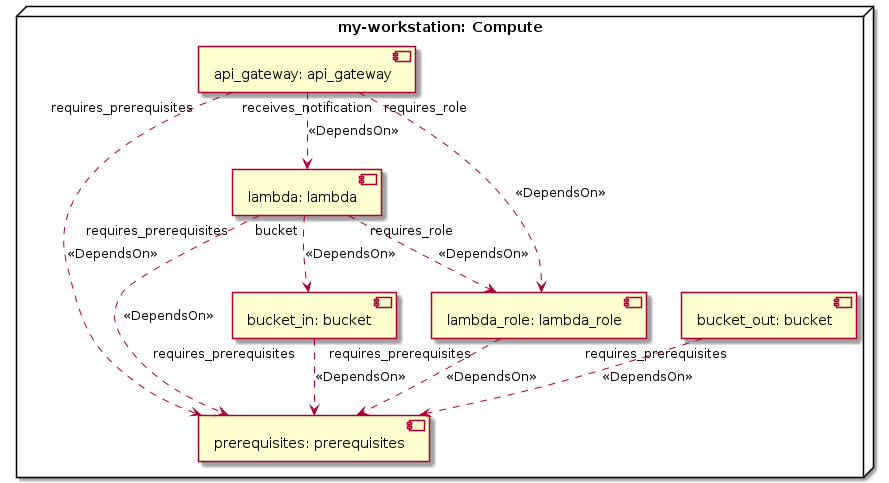
Above: diagrams/cloud-aws-thumbnail-generator-with-api-gateway-service-uml2-deployment-diagram.png in xlab-si/xopera-examples (PlantUML), before the change. The source it was exported from:
```plantuml
@startuml
skinparam componentStyle uml2

node "my-workstation: Compute" as node_my_workstation {
component "prerequisites: prerequisites" as node_prerequisites
component "lambda_role: lambda_role" as node_lambda_role
component "lambda: lambda" as node_lambda
component "bucket_in: bucket" as node_bucket_in
component "bucket_out: bucket" as node_bucket_out
component "api_gateway: api_gateway" as node_api_gateway
}
node_lambda_role "requires_prerequisites" ..> node_prerequisites : <<DependsOn>>
node_lambda "requires_prerequisites" ..> node_prerequisites : <<DependsOn>>
node_lambda "requires_role" ..> node_lambda_role : <<DependsOn>>
node_lambda "bucket" ..> node_bucket_in : <<DependsOn>>
node_bucket_in "requires_prerequisites" ..> node_prerequisites : <<DependsOn>>
node_bucket_out "requires_prerequisites" ..> node_prerequisites : <<DependsOn>>
node_api_gateway "requires_prerequisites" ..> node_prerequisites : <<DependsOn>>
node_api_gateway "requires_role" ..> node_lambda_role : <<DependsOn>>
node_api_gateway "receives_notification" ..> node_lambda : <<DependsOn>>
@enduml
```
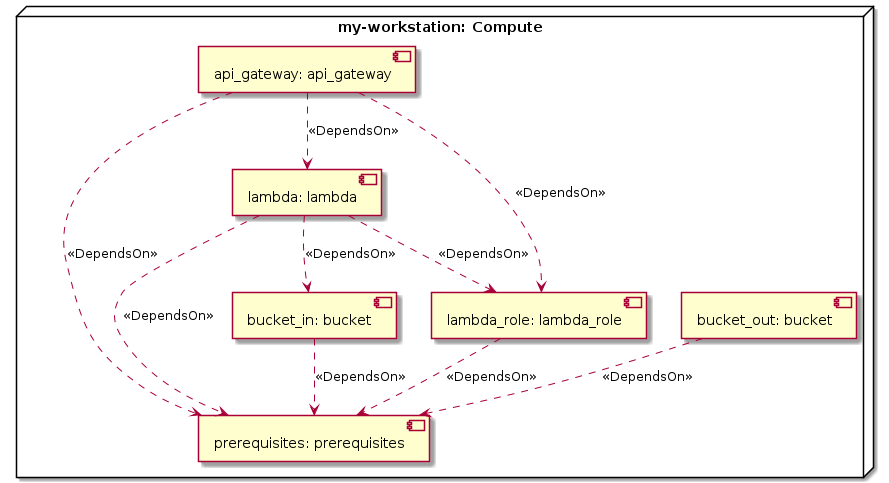
Above is the later version.

The edit, as a diff of the source:
```diff
@@ -9,13 +9,13 @@
 component "bucket_out: bucket" as node_bucket_out
 component "api_gateway: api_gateway" as node_api_gateway
 }
-node_lambda_role "requires_prerequisites" ..> node_prerequisites : <<DependsOn>>
-node_lambda "requires_prerequisites" ..> node_prerequisites : <<DependsOn>>
-node_lambda "requires_role" ..> node_lambda_role : <<DependsOn>>
-node_lambda "bucket" ..> node_bucket_in : <<DependsOn>>
-node_bucket_in "requires_prerequisites" ..> node_prerequisites : <<DependsOn>>
-node_bucket_out "requires_prerequisites" ..> node_prerequisites : <<DependsOn>>
-node_api_gateway "requires_prerequisites" ..> node_prerequisites : <<DependsOn>>
-node_api_gateway "requires_role" ..> node_lambda_role : <<DependsOn>>
-node_api_gateway "receives_notification" ..> node_lambda : <<DependsOn>>
+node_lambda_role ..> node_prerequisites : <<DependsOn>>
+node_lambda ..> node_prerequisites : <<DependsOn>>
+node_lambda ..> node_lambda_role : <<DependsOn>>
+node_lambda ..> node_bucket_in : <<DependsOn>>
+node_bucket_in ..> node_prerequisites : <<DependsOn>>
+node_bucket_out ..> node_prerequisites : <<DependsOn>>
+node_api_gateway ..> node_prerequisites : <<DependsOn>>
+node_api_gateway ..> node_lambda_role : <<DependsOn>>
+node_api_gateway ..> node_lambda : <<DependsOn>>
 @enduml
```
